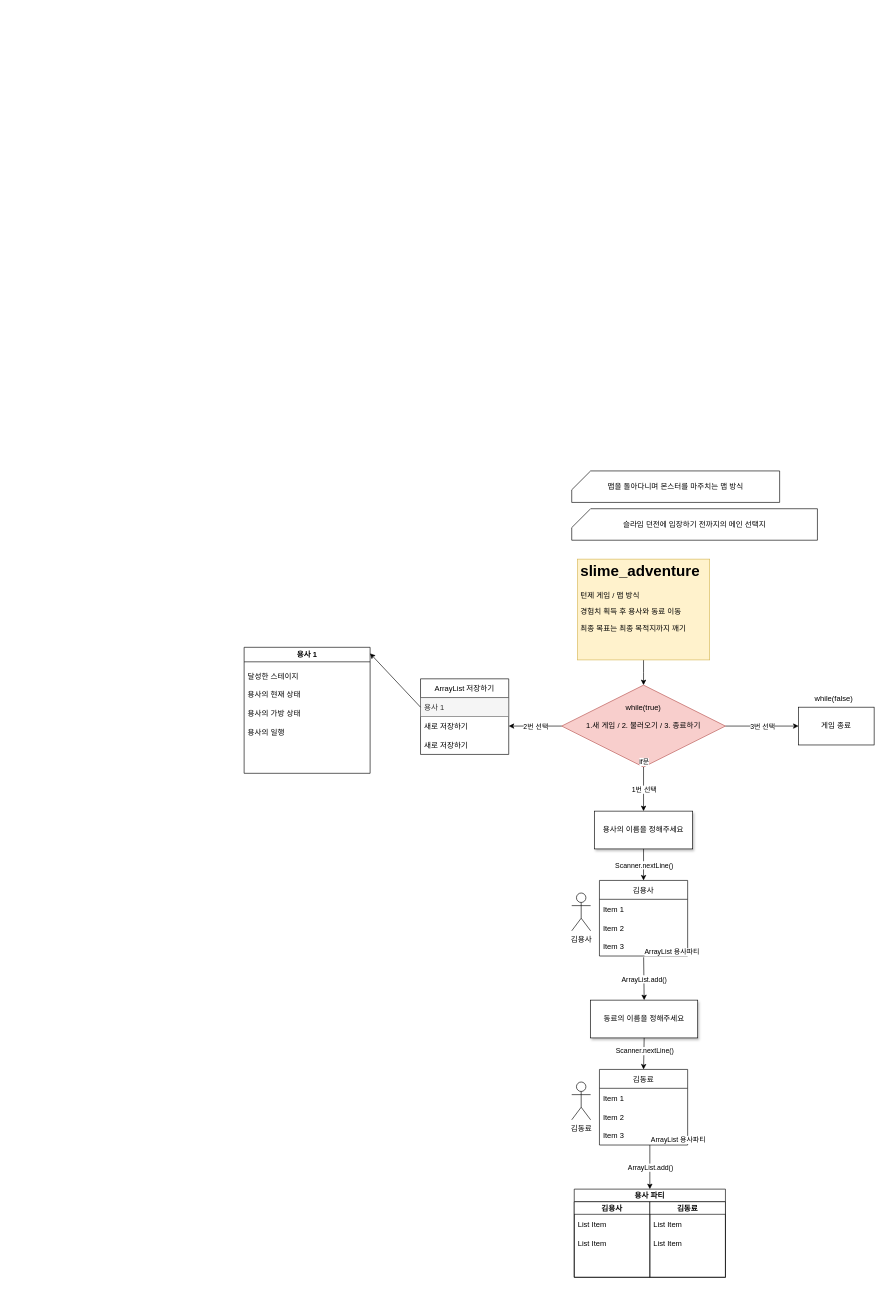
Above: page "game_start" (1 of 4) of Untitled Diagram.drawio in slime-and-Hero/slime_adventure (draw.io), before the change. Source tidied: cells renumbered, new cells numbered last; positions are measured from the earlier drawing's top-left corner, leaving out a move shared by most shapes. Both pictures are drawn from the tidied source at 63%, with x=0, y=0 at pixel (244, 471).
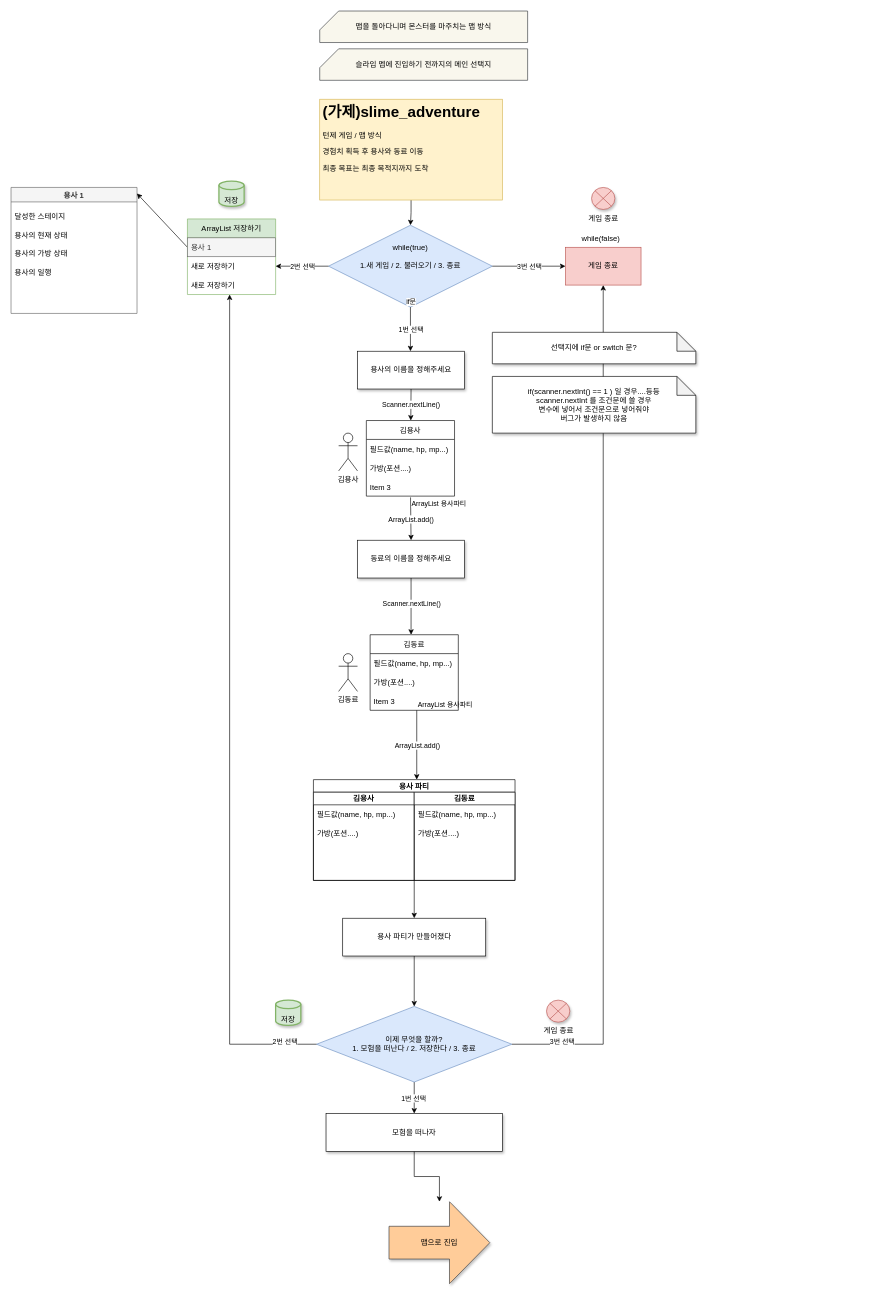
After the change.

The change refers to these unchanged cells:
```xml
<mxCell id="42" style="endArrow=classic;html=1;rounded=0;exitX=0.501;exitY=1.067;exitDx=0;exitDy=0;exitPerimeter=0;entryX=0.5;entryY=0;entryDx=0;entryDy=0;" parent="1" edge="1" source="28" target="29">
  <mxGeometry relative="1" as="geometry" />
</mxCell>
```

What changed in the source:
```diff
@@
+    <mxCell id="56" style="edgeStyle=segmentEdgeStyle;endArrow=classic;html=1;rounded=0;exitX=1;exitY=0.5;exitDx=0;exitDy=0;entryX=0.5;entryY=1;entryDx=0;entryDy=0;" parent="1" edge="1" source="62" target="5">
+      <mxGeometry relative="1" as="geometry" />
+    </mxCell>
     <mxCell id="2" style="edgeStyle=orthogonalEdgeStyle;rounded=0;jettySize=auto;html=1;exitX=0.5;exitY=1;exitDx=0;exitDy=0;entryX=0.5;entryY=0;entryDx=0;entryDy=0;" parent="1" edge="1" source="3">
       <mxGeometry relative="1" as="geometry">
-        <mxPoint x="634" y="340" as="targetPoint" />
+        <mxPoint x="264" y="-390" as="targetPoint" />
       </mxGeometry>
     </mxCell>
-    <mxCell id="3" value="&lt;h1&gt;slime_adventure&lt;/h1&gt;&lt;p&gt;턴제 게임 / 맵 방식&lt;/p&gt;&lt;p&gt;경험치 획득 후 용사와 동료 이동&lt;/p&gt;&lt;p&gt;최종 목표는 최종 목적지까지 깨기&lt;/p&gt;" style="text;html=1;strokeColor=#d6b656;fillColor=#fff2cc;spacing=5;spacingTop=-20;whiteSpace=wrap;overflow=hidden;rounded=0;" parent="1" vertex="1">
-      <mxGeometry x="529" y="140" width="210" height="160" as="geometry" />
+    <mxCell id="3" value="&lt;h1&gt;(가제)slime_adventure&lt;/h1&gt;&lt;p&gt;턴제 게임 / 맵 방식&lt;/p&gt;&lt;p&gt;경험치 획득 후 용사와 동료 이동&lt;/p&gt;&lt;p&gt;최종 목표는 최종 목적지까지 도착&lt;/p&gt;" style="text;html=1;strokeColor=#d6b656;fillColor=#fff2cc;spacing=5;spacingTop=-20;whiteSpace=wrap;overflow=hidden;rounded=0;" parent="1" vertex="1">
+      <mxGeometry x="120" y="-590" width="290" height="160" as="geometry" />
     </mxCell>
-    <mxCell id="4" value="1.새 게임 / 2. 불러오기 / 3. 종료하기" style="rhombus;whiteSpace=wrap;html=1;fillColor=#f8cecc;strokeColor=#b85450;" parent="1" vertex="1">
-      <mxGeometry x="504" y="340" width="260" height="130" as="geometry" />
+    <mxCell id="4" value="1.새 게임 / 2. 불러오기 / 3. 종료" style="rhombus;whiteSpace=wrap;html=1;fillColor=#dae8fc;strokeColor=#6c8ebf;" parent="1" vertex="1">
+      <mxGeometry x="134" y="-390" width="260" height="130" as="geometry" />
     </mxCell>
-    <mxCell id="5" value="게임 종료" style="rounded=0;whiteSpace=wrap;html=1;" parent="1" vertex="1">
-      <mxGeometry x="880" y="375" width="120" height="60" as="geometry" />
-    </mxCell>
@@
     <mxCell id="8" value="while(true)" style="text;strokeColor=none;fillColor=none;align=center;verticalAlign=middle;spacingLeft=4;spacingRight=4;overflow=hidden;" parent="1" vertex="1">
-      <mxGeometry x="594" y="360" width="80" height="30" as="geometry" />
+      <mxGeometry x="224" y="-370" width="80" height="30" as="geometry" />
     </mxCell>
     <mxCell id="9" style="endArrow=classic;html=1;rounded=0;exitX=0.5;exitY=1;exitDx=0;exitDy=0;" parent="1" edge="1" source="4">
       <mxGeometry relative="1" as="geometry">
-        <mxPoint x="634" y="540" as="targetPoint" />
+        <mxPoint x="264" y="-190" as="targetPoint" />
       </mxGeometry>
     </mxCell>
@@
-    <mxCell id="12" value="ArrayList 저장하기" style="swimlane;fontStyle=0;horizontal=1;startSize=30;" parent="1" vertex="1">
-      <mxGeometry x="280" y="330" width="140" height="120" as="geometry" />
-    </mxCell>
-    <mxCell id="13" value="용사 1" style="text;strokeColor=#666666;fillColor=#f5f5f5;align=left;verticalAlign=middle;spacingLeft=4;spacingRight=4;overflow=hidden;points=[[0,0.5],[1,0.5]];portConstraint=eastwest;fontColor=#333333;" parent="12" vertex="1">
-      <mxGeometry y="30" width="140" height="30" as="geometry" />
-    </mxCell>
-    <mxCell id="14" value="새로 저장하기" style="text;strokeColor=none;fillColor=none;align=left;verticalAlign=middle;spacingLeft=4;spacingRight=4;overflow=hidden;points=[[0,0.5],[1,0.5]];portConstraint=eastwest;" parent="12" vertex="1">
-      <mxGeometry y="60" width="140" height="30" as="geometry" />
-    </mxCell>
-    <mxCell id="15" value="새로 저장하기" style="text;strokeColor=none;fillColor=none;align=left;verticalAlign=middle;spacingLeft=4;spacingRight=4;overflow=hidden;" parent="12" vertex="1">
-      <mxGeometry y="90" width="140" height="30" as="geometry" />
-    </mxCell>
@@
-    <mxCell id="18" value="용사 1" style="swimlane;" parent="1" vertex="1">
-      <mxGeometry y="280" width="200" height="200" as="geometry" />
+    <mxCell id="18" value="용사 1" style="swimlane;fillColor=#f5f5f5;fontColor=#333333;strokeColor=#666666;" parent="1" vertex="1">
+      <mxGeometry x="-370" y="-450" width="200" height="200" as="geometry" />
     </mxCell>
@@
     <mxCell id="24" value="용사의 이름을 정해주세요" style="rounded=0;whiteSpace=wrap;html=1;shadow=1;" parent="1" vertex="1">
-      <mxGeometry x="556" y="540" width="156" height="60" as="geometry" />
+      <mxGeometry x="180" y="-190" width="170" height="60" as="geometry" />
     </mxCell>
-    <mxCell id="25" value="김용사" style="swimlane;fontStyle=0;horizontal=1;startSize=30;" parent="1" vertex="1">
-      <mxGeometry x="564" y="650" width="140" height="120" as="geometry" />
-    </mxCell>
-    <mxCell id="26" value="Item 1" style="text;strokeColor=none;fillColor=none;align=left;verticalAlign=middle;spacingLeft=4;spacingRight=4;overflow=hidden;" parent="25" vertex="1">
-      <mxGeometry y="30" width="140" height="30" as="geometry" />
-    </mxCell>
-    <mxCell id="27" value="Item 2" style="text;strokeColor=none;fillColor=none;align=left;verticalAlign=middle;spacingLeft=4;spacingRight=4;overflow=hidden;" parent="25" vertex="1">
-      <mxGeometry y="60" width="140" height="30" as="geometry" />
-    </mxCell>
-    <mxCell id="28" value="Item 3" style="text;strokeColor=none;fillColor=none;align=left;verticalAlign=middle;spacingLeft=4;spacingRight=4;overflow=hidden;points=[[0,0.5],[1,0.5]];portConstraint=eastwest;" parent="25" vertex="1">
-      <mxGeometry y="90" width="140" height="30" as="geometry" />
-    </mxCell>
     <mxCell id="29" value="동료의 이름을 정해주세요" style="rounded=0;whiteSpace=wrap;html=1;shadow=1;" parent="1" vertex="1">
-      <mxGeometry x="550" y="840" width="170" height="60" as="geometry" />
+      <mxGeometry x="180" y="110" width="170" height="60" as="geometry" />
     </mxCell>
-    <mxCell id="30" value="김동료" style="swimlane;fontStyle=0;horizontal=1;startSize=30;" parent="1" vertex="1">
-      <mxGeometry x="564" y="950" width="140" height="120" as="geometry" />
-    </mxCell>
-    <mxCell id="31" value="Item 1" style="text;strokeColor=none;fillColor=none;align=left;verticalAlign=middle;spacingLeft=4;spacingRight=4;overflow=hidden;" parent="30" vertex="1">
-      <mxGeometry y="30" width="140" height="30" as="geometry" />
-    </mxCell>
-    <mxCell id="32" value="Item 2" style="text;strokeColor=none;fillColor=none;align=left;verticalAlign=middle;spacingLeft=4;spacingRight=4;overflow=hidden;" parent="30" vertex="1">
-      <mxGeometry y="60" width="140" height="30" as="geometry" />
-    </mxCell>
-    <mxCell id="33" value="Item 3" style="text;strokeColor=none;fillColor=none;align=left;verticalAlign=middle;spacingLeft=4;spacingRight=4;overflow=hidden;" parent="30" vertex="1">
-      <mxGeometry y="90" width="140" height="30" as="geometry" />
-    </mxCell>
-    <mxCell id="34" style="endArrow=classic;html=1;rounded=0;exitX=0.5;exitY=1;exitDx=0;exitDy=0;entryX=0.5;entryY=0;entryDx=0;entryDy=0;" parent="1" edge="1" source="29" target="30">
-      <mxGeometry relative="1" as="geometry" />
+    <mxCell id="34" style="endArrow=classic;html=1;rounded=0;exitX=0.5;exitY=1;exitDx=0;exitDy=0;" parent="1" edge="1" source="29">
+      <mxGeometry relative="1" as="geometry">
+        <mxPoint x="265" y="260" as="targetPoint" />
+      </mxGeometry>
     </mxCell>
     <mxCell id="35" value="용사 파티" style="swimlane;startSize=20;" parent="1" vertex="1">
-      <mxGeometry x="524" y="1140" width="240" height="140" as="geometry" />
+      <mxGeometry x="110" y="490" width="320" height="160" as="geometry" />
     </mxCell>
     <mxCell id="36" value="김용사" style="swimlane;startSize=20;" parent="35" vertex="1">
-      <mxGeometry y="20" width="120" height="120" as="geometry" />
+      <mxGeometry y="20" width="160" height="140" as="geometry" />
     </mxCell>
-    <mxCell id="37" value="List Item" style="text;strokeColor=none;fillColor=none;align=left;verticalAlign=middle;spacingLeft=4;spacingRight=4;overflow=hidden;" parent="36" vertex="1">
-      <mxGeometry y="20" width="120" height="30" as="geometry" />
+    <mxCell id="37" value="필드값(name, hp, mp...)" style="text;strokeColor=none;fillColor=none;align=left;verticalAlign=middle;spacingLeft=4;spacingRight=4;overflow=hidden;" parent="36" vertex="1">
+      <mxGeometry y="20" width="160" height="30" as="geometry" />
     </mxCell>
-    <mxCell id="38" value="List Item" style="text;strokeColor=none;fillColor=none;align=left;verticalAlign=middle;spacingLeft=4;spacingRight=4;overflow=hidden;" parent="36" vertex="1">
-      <mxGeometry y="50" width="120" height="30" as="geometry" />
+    <mxCell id="38" value="가방(포션....)" style="text;strokeColor=none;fillColor=none;align=left;verticalAlign=middle;spacingLeft=4;spacingRight=4;overflow=hidden;" parent="36" vertex="1">
+      <mxGeometry y="50" width="160" height="30" as="geometry" />
     </mxCell>
     <mxCell id="39" value="김동료" style="swimlane;startSize=20;" parent="35" vertex="1">
-      <mxGeometry x="120" y="20" width="120" height="120" as="geometry" />
+      <mxGeometry x="160" y="20" width="160" height="140" as="geometry" />
     </mxCell>
-    <mxCell id="40" value="List Item" style="text;strokeColor=none;fillColor=none;align=left;verticalAlign=middle;spacingLeft=4;spacingRight=4;overflow=hidden;" parent="39" vertex="1">
-      <mxGeometry y="20" width="120" height="30" as="geometry" />
+    <mxCell id="40" value="필드값(name, hp, mp...)" style="text;strokeColor=none;fillColor=none;align=left;verticalAlign=middle;spacingLeft=4;spacingRight=4;overflow=hidden;" parent="39" vertex="1">
+      <mxGeometry y="20" width="160" height="30" as="geometry" />
     </mxCell>
-    <mxCell id="41" value="List Item" style="text;strokeColor=none;fillColor=none;align=left;verticalAlign=middle;spacingLeft=4;spacingRight=4;overflow=hidden;" parent="39" vertex="1">
-      <mxGeometry y="50" width="120" height="30" as="geometry" />
+    <mxCell id="41" value="가방(포션....)" style="text;strokeColor=none;fillColor=none;align=left;verticalAlign=middle;spacingLeft=4;spacingRight=4;overflow=hidden;" parent="39" vertex="1">
+      <mxGeometry y="50" width="160" height="30" as="geometry" />
     </mxCell>
@@
     <mxCell id="44" value="ArrayList 용사파티" style="edgeLabel;html=1;align=left;verticalAlign=bottom;" parent="42" vertex="1">
-      <mxGeometry x="-1" relative="1" as="geometry" />
+      <mxGeometry x="-1" relative="1" as="geometry">
+        <mxPoint y="18" as="offset" />
+      </mxGeometry>
     </mxCell>
-    <mxCell id="45" style="endArrow=classic;html=1;rounded=0;entryX=0.5;entryY=0;entryDx=0;entryDy=0;" parent="1" edge="1" target="35">
+    <mxCell id="45" style="endArrow=classic;html=1;rounded=0;" parent="1" edge="1">
       <mxGeometry relative="1" as="geometry">
-        <mxPoint x="644" y="1070" as="sourcePoint" />
+        <mxPoint x="274" y="380" as="sourcePoint" />
+        <mxPoint x="274" y="490" as="targetPoint" />
       </mxGeometry>
     </mxCell>
@@
     <mxCell id="50" value="Scanner.nextLine()" style="edgeLabel;html=1;align=center;verticalAlign=middle;" parent="1" vertex="1">
-      <mxGeometry x="635" y="920" as="geometry" />
+      <mxGeometry x="265" y="210" as="geometry" />
     </mxCell>
-    <mxCell id="51" value="맵을 돌아다니며 몬스터를 마주치는 맵 방식" style="shape=card;whiteSpace=wrap;html=1;align=center;" parent="1" vertex="1">
-      <mxGeometry x="520" width="330" height="50" as="geometry" />
+    <mxCell id="51" value="맵을 돌아다니며 몬스터를 마주치는 맵 방식" style="shape=card;whiteSpace=wrap;html=1;align=center;fillColor=#f9f7ed;strokeColor=#36393d;" parent="1" vertex="1">
+      <mxGeometry x="120" y="-730" width="330" height="50" as="geometry" />
     </mxCell>
-    <mxCell id="52" value="슬라임 던전에 입장하기 전까지의 메인 선택지" style="shape=card;whiteSpace=wrap;html=1;" parent="1" vertex="1">
-      <mxGeometry x="520" y="60" width="390" height="50" as="geometry" />
+    <mxCell id="52" value="슬라임 멥에 진입하기 전까지의 메인 선택지" style="shape=card;whiteSpace=wrap;html=1;fillColor=#f9f7ed;strokeColor=#36393d;" parent="1" vertex="1">
+      <mxGeometry x="120" y="-670" width="330" height="50" as="geometry" />
     </mxCell>
+    <mxCell id="57" value="선택지에 if문 or switch 문?" style="shape=note;whiteSpace=wrap;html=1;backgroundOutline=1;darkOpacity=0.05;shadow=1;" parent="1" vertex="1">
+      <mxGeometry x="394" y="-220" width="323" height="50" as="geometry" />
+    </mxCell>
+    <mxCell id="58" value="if(scanner.nextInt() == 1 ) 일 경우....등등&lt;br&gt;scanner.nextInt 를 조건문에 쓸 경우&lt;br&gt;변수에 넣어서 조건문으로 넣어줘야&lt;br&gt;버그가 발생하지 않음" style="shape=note;whiteSpace=wrap;html=1;backgroundOutline=1;darkOpacity=0.05;shadow=1;" parent="1" vertex="1">
+      <mxGeometry x="394" y="-150" width="323" height="90" as="geometry" />
+    </mxCell>
+    <mxCell id="59" value="용사 파티가 만들어졌다" style="rounded=0;whiteSpace=wrap;html=1;shadow=1;" parent="1" vertex="1">
+      <mxGeometry x="156.5" y="710" width="227" height="60" as="geometry" />
+    </mxCell>
+    <mxCell id="60" style="endArrow=classic;html=1;rounded=0;exitX=0;exitY=1;exitDx=0;exitDy=0;entryX=0.5;entryY=0;entryDx=0;entryDy=0;" parent="1" edge="1" source="39" target="59">
+      <mxGeometry relative="1" as="geometry" />
+    </mxCell>
+    <mxCell id="61" style="edgeStyle=orthogonalEdgeStyle;rounded=0;jettySize=auto;html=1;" parent="1" edge="1" source="62" target="66">
+      <mxGeometry relative="1" as="geometry" />
+    </mxCell>
+    <mxCell id="62" value="이제 무엇을 할까?&lt;br&gt;1. 모험을 떠난다 / 2. 저장한다 / 3. 종료" style="rhombus;whiteSpace=wrap;html=1;shadow=0;fillColor=#dae8fc;strokeColor=#6c8ebf;" parent="1" vertex="1">
+      <mxGeometry x="115" y="850" width="310" height="120" as="geometry" />
+    </mxCell>
+    <mxCell id="63" style="endArrow=classic;html=1;rounded=0;entryX=0.5;entryY=0;entryDx=0;entryDy=0;exitX=0.5;exitY=1;exitDx=0;exitDy=0;" parent="1" edge="1" source="59" target="62">
+      <mxGeometry relative="1" as="geometry" />
+    </mxCell>
+    <mxCell id="64" style="edgeStyle=segmentEdgeStyle;endArrow=classic;html=1;rounded=0;exitX=0;exitY=0.5;exitDx=0;exitDy=0;startArrow=none;" parent="1" edge="1" source="62">
+      <mxGeometry relative="1" as="geometry">
+        <mxPoint x="-23" y="-280" as="targetPoint" />
+      </mxGeometry>
+    </mxCell>
+    <mxCell id="65" style="edgeStyle=orthogonalEdgeStyle;rounded=0;jettySize=auto;html=1;" parent="1" edge="1" source="66" target="78">
+      <mxGeometry relative="1" as="geometry" />
+    </mxCell>
+    <mxCell id="66" value="모험을 떠나자" style="whiteSpace=wrap;html=1;shadow=1;" parent="1" vertex="1">
+      <mxGeometry x="130" y="1020" width="280" height="60" as="geometry" />
+    </mxCell>
+    <mxCell id="67" value="3번 선택" style="edgeLabel;html=1;align=center;verticalAlign=middle;" parent="1" vertex="1">
+      <mxGeometry x="540" y="400" as="geometry">
+        <mxPoint x="-36" y="505" as="offset" />
+      </mxGeometry>
+    </mxCell>
+    <mxCell id="68" value="2번 선택" style="edgeLabel;html=1;align=center;verticalAlign=middle;" parent="1" vertex="1">
+      <mxGeometry x="100" y="400" as="geometry">
+        <mxPoint x="-36" y="505" as="offset" />
+      </mxGeometry>
+    </mxCell>
+    <mxCell id="69" value="1번 선택" style="edgeLabel;html=1;align=center;verticalAlign=middle;" parent="1" vertex="1">
+      <mxGeometry x="304" y="490" as="geometry">
+        <mxPoint x="-36" y="505" as="offset" />
+      </mxGeometry>
+    </mxCell>
+    <mxCell id="70" style="group;" parent="1" vertex="1">
+      <mxGeometry x="-90" y="-460" width="140" height="180" as="geometry" />
+    </mxCell>
+    <mxCell id="12" value="ArrayList 저장하기" style="swimlane;fontStyle=0;horizontal=1;startSize=30;fillColor=#d5e8d4;strokeColor=#82b366;" parent="70" vertex="1">
+      <mxGeometry y="60" width="140" height="120" as="geometry" />
+    </mxCell>
+    <mxCell id="13" value="용사 1" style="text;strokeColor=#666666;fillColor=#f5f5f5;align=left;verticalAlign=middle;spacingLeft=4;spacingRight=4;overflow=hidden;points=[[0,0.5],[1,0.5]];portConstraint=eastwest;fontColor=#333333;" parent="12" vertex="1">
+      <mxGeometry y="30" width="140" height="30" as="geometry" />
+    </mxCell>
+    <mxCell id="14" value="새로 저장하기" style="text;strokeColor=none;fillColor=none;align=left;verticalAlign=middle;spacingLeft=4;spacingRight=4;overflow=hidden;points=[[0,0.5],[1,0.5]];portConstraint=eastwest;" parent="12" vertex="1">
+      <mxGeometry y="60" width="140" height="30" as="geometry" />
+    </mxCell>
+    <mxCell id="15" value="새로 저장하기" style="text;strokeColor=none;fillColor=none;align=left;verticalAlign=middle;spacingLeft=4;spacingRight=4;overflow=hidden;" parent="12" vertex="1">
+      <mxGeometry y="90" width="140" height="30" as="geometry" />
+    </mxCell>
+    <mxCell id="71" value="저장" style="strokeWidth=2;html=1;shape=mxgraph.flowchart.database;whiteSpace=wrap;shadow=1;fillColor=#d5e8d4;strokeColor=#82b366;verticalAlign=bottom;" parent="70" vertex="1">
+      <mxGeometry x="50" width="40" height="40" as="geometry" />
+    </mxCell>
+    <mxCell id="72" style="group;" parent="1" vertex="1">
+      <mxGeometry x="510" y="-450" width="120" height="155" as="geometry" />
+    </mxCell>
+    <mxCell id="5" value="게임 종료" style="rounded=0;whiteSpace=wrap;html=1;fillColor=#f8cecc;strokeColor=#b85450;" parent="72" vertex="1">
+      <mxGeometry y="95" width="120" height="60" as="geometry" />
+    </mxCell>
-    <mxCell id="53" value="while(false)" style="text;strokeColor=none;fillColor=none;align=left;verticalAlign=middle;spacingLeft=4;spacingRight=4;overflow=hidden;" parent="1" vertex="1">
-      <mxGeometry x="900" y="345" width="80" height="30" as="geometry" />
+    <mxCell id="53" value="while(false)" style="text;strokeColor=none;fillColor=none;align=left;verticalAlign=middle;spacingLeft=4;spacingRight=4;overflow=hidden;" parent="72" vertex="1">
+      <mxGeometry x="20" y="65" width="80" height="30" as="geometry" />
     </mxCell>
+    <mxCell id="73" value="게임 종료" style="verticalLabelPosition=bottom;verticalAlign=top;html=1;shape=mxgraph.flowchart.or;shadow=1;fillColor=#f8cecc;strokeColor=#b85450;" parent="72" vertex="1">
+      <mxGeometry x="41.5" width="37" height="35" as="geometry" />
+    </mxCell>
+    <mxCell id="74" style="group;" parent="1" vertex="1">
+      <mxGeometry x="150" y="260" width="190" height="120" as="geometry" />
+    </mxCell>
+    <mxCell id="30" value="김동료" style="swimlane;fontStyle=0;horizontal=1;startSize=30;" parent="74" vertex="1">
+      <mxGeometry x="50" width="140" height="120" as="geometry" />
+    </mxCell>
+    <mxCell id="31" value="필드값(name, hp, mp...)" style="text;strokeColor=none;fillColor=none;align=left;verticalAlign=middle;spacingLeft=4;spacingRight=4;overflow=hidden;" parent="30" vertex="1">
+      <mxGeometry y="30" width="140" height="30" as="geometry" />
+    </mxCell>
+    <mxCell id="32" value="가방(포션....)" style="text;strokeColor=none;fillColor=none;align=left;verticalAlign=middle;spacingLeft=4;spacingRight=4;overflow=hidden;" parent="30" vertex="1">
+      <mxGeometry y="60" width="140" height="30" as="geometry" />
+    </mxCell>
+    <mxCell id="33" value="Item 3" style="text;strokeColor=none;fillColor=none;align=left;verticalAlign=middle;spacingLeft=4;spacingRight=4;overflow=hidden;" parent="30" vertex="1">
+      <mxGeometry y="90" width="140" height="30" as="geometry" />
+    </mxCell>
+    <mxCell id="55" value="김동료" style="shape=umlActor;verticalLabelPosition=bottom;verticalAlign=top;html=1;" parent="74" vertex="1">
+      <mxGeometry y="30" width="30" height="60" as="geometry" />
+    </mxCell>
+    <mxCell id="75" style="group;" parent="1" vertex="1">
+      <mxGeometry x="150" y="-80" width="184" height="120" as="geometry" />
+    </mxCell>
+    <mxCell id="25" value="김용사" style="swimlane;fontStyle=0;horizontal=1;startSize=30;" parent="75" vertex="1">
+      <mxGeometry x="44" width="140" height="120" as="geometry" />
+    </mxCell>
+    <mxCell id="26" value="필드값(name, hp, mp...)" style="text;strokeColor=none;fillColor=none;align=left;verticalAlign=middle;spacingLeft=4;spacingRight=4;overflow=hidden;" parent="25" vertex="1">
+      <mxGeometry y="30" width="140" height="30" as="geometry" />
+    </mxCell>
+    <mxCell id="27" value="가방(포션....)" style="text;strokeColor=none;fillColor=none;align=left;verticalAlign=middle;spacingLeft=4;spacingRight=4;overflow=hidden;" parent="25" vertex="1">
+      <mxGeometry y="60" width="140" height="30" as="geometry" />
+    </mxCell>
+    <mxCell id="28" value="Item 3" style="text;strokeColor=none;fillColor=none;align=left;verticalAlign=middle;spacingLeft=4;spacingRight=4;overflow=hidden;points=[[0,0.5],[1,0.5]];portConstraint=eastwest;" parent="25" vertex="1">
+      <mxGeometry y="90" width="140" height="30" as="geometry" />
+    </mxCell>
-    <mxCell id="54" value="김용사" style="shape=umlActor;verticalLabelPosition=bottom;verticalAlign=top;html=1;" parent="1" vertex="1">
-      <mxGeometry x="520" y="670" width="30" height="60" as="geometry" />
+    <mxCell id="54" value="김용사" style="shape=umlActor;verticalLabelPosition=bottom;verticalAlign=top;html=1;" parent="75" vertex="1">
+      <mxGeometry y="20" width="30" height="60" as="geometry" />
     </mxCell>
-    <mxCell id="55" value="김동료" style="shape=umlActor;verticalLabelPosition=bottom;verticalAlign=top;html=1;" parent="1" vertex="1">
-      <mxGeometry x="520" y="970" width="30" height="60" as="geometry" />
-    </mxCell>
+    <mxCell id="76" value="저장" style="strokeWidth=2;html=1;shape=mxgraph.flowchart.database;whiteSpace=wrap;shadow=1;fillColor=#d5e8d4;strokeColor=#82b366;verticalAlign=bottom;" parent="1" vertex="1">
+      <mxGeometry x="50" y="840" width="40" height="40" as="geometry" />
+    </mxCell>
+    <mxCell id="77" value="게임 종료" style="verticalLabelPosition=bottom;verticalAlign=top;html=1;shape=mxgraph.flowchart.or;shadow=1;fillColor=#f8cecc;strokeColor=#b85450;" parent="1" vertex="1">
+      <mxGeometry x="480" y="840" width="37" height="35" as="geometry" />
+    </mxCell>
+    <mxCell id="78" value="맵으로 진입" style="shape=singleArrow;whiteSpace=wrap;html=1;arrowWidth=0.4;arrowSize=0.4;shadow=1;fillColor=#ffcc99;strokeColor=#36393d;" parent="1" vertex="1">
+      <mxGeometry x="230" y="1160" width="160" height="130" as="geometry" />
+    </mxCell>
```
